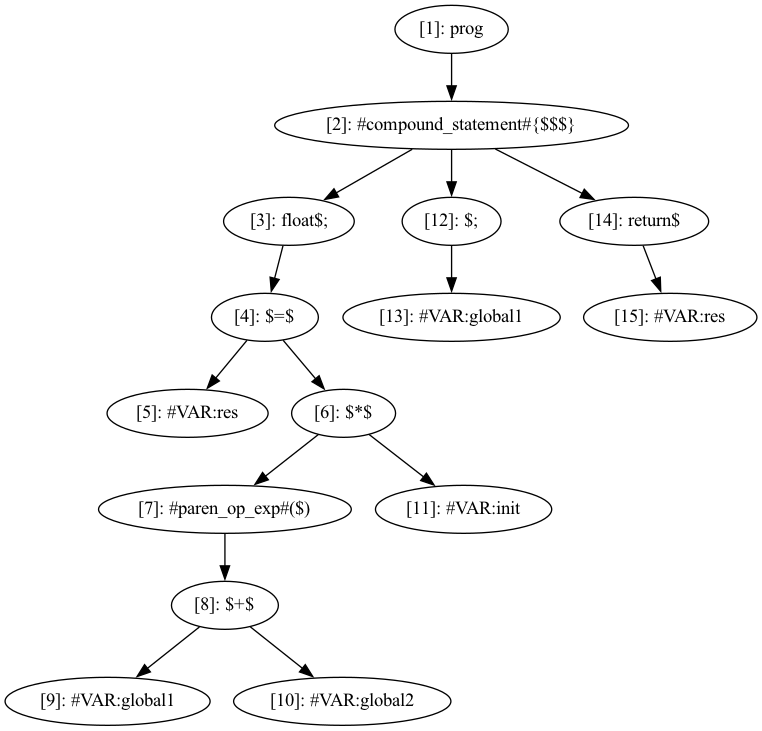
Before: cass.png, a diagram exported from Graphviz (deryaerman/DIA-System-DS-Plagiarism-Checker-GIT). Its source is kept beside it as cass.dot.
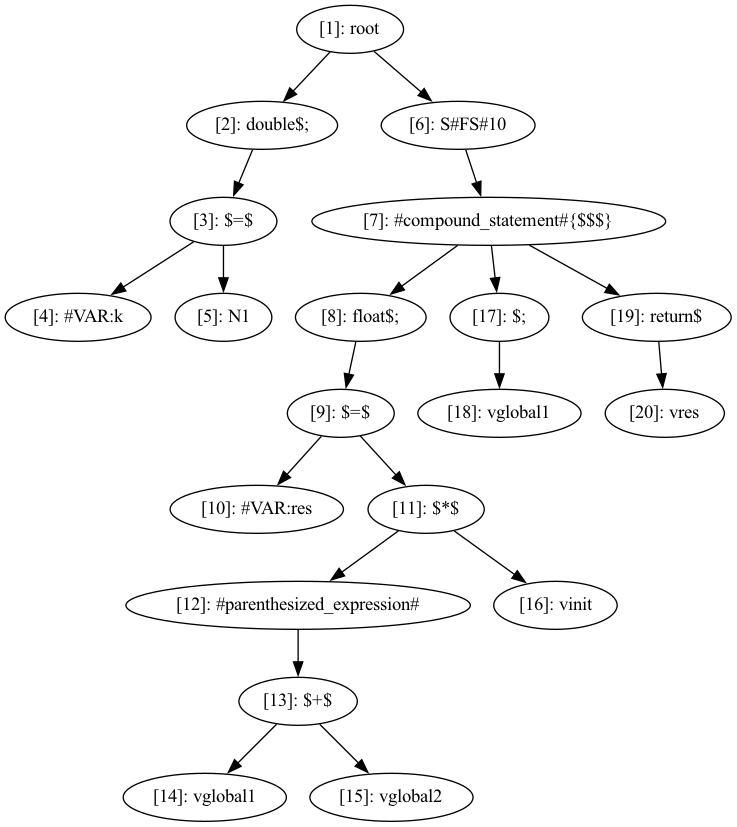
The same file after the commit.

The edit, as a diff of the source:
```diff
@@ -1,32 +1,42 @@
 digraph CASS {
   node [shape=ellipse];
-  n1 [label="[1]: prog"];
-  n2 [label="[2]: #compound_statement#{$$$}"];
-  n3 [label="[3]: float$;"];
-  n4 [label="[4]: $=$"];
-  n5 [label="[5]: #VAR:res"];
-  n6 [label="[6]: $*$"];
-  n7 [label="[7]: #paren_op_exp#($)"];
-  n8 [label="[8]: $+$"];
-  n9 [label="[9]: #VAR:global1"];
-  n10 [label="[10]: #VAR:global2"];
-  n11 [label="[11]: #VAR:init"];
-  n12 [label="[12]: $;"];
-  n13 [label="[13]: #VAR:global1"];
-  n14 [label="[14]: return$"];
-  n15 [label="[15]: #VAR:res"];
+  n1 [label="[1]: root"];
+  n2 [label="[2]: double$;"];
+  n3 [label="[3]: $=$"];
+  n4 [label="[4]: #VAR:k"];
+  n5 [label="[5]: N1"];
+  n6 [label="[6]: S#FS#10"];
+  n7 [label="[7]: #compound_statement#{$$$}"];
+  n8 [label="[8]: float$;"];
+  n9 [label="[9]: $=$"];
+  n10 [label="[10]: #VAR:res"];
+  n11 [label="[11]: $*$"];
+  n12 [label="[12]: #parenthesized_expression#"];
+  n13 [label="[13]: $+$"];
+  n14 [label="[14]: vglobal1"];
+  n15 [label="[15]: vglobal2"];
+  n16 [label="[16]: vinit"];
+  n17 [label="[17]: $;"];
+  n18 [label="[18]: vglobal1"];
+  n19 [label="[19]: return$"];
+  n20 [label="[20]: vres"];
   n1 -> n2;
   n2 -> n3;
   n3 -> n4;
-  n4 -> n5;
-  n4 -> n6;
+  n3 -> n5;
+  n1 -> n6;
   n6 -> n7;
   n7 -> n8;
   n8 -> n9;
-  n8 -> n10;
-  n6 -> n11;
-  n2 -> n12;
+  n9 -> n10;
+  n9 -> n11;
+  n11 -> n12;
   n12 -> n13;
-  n2 -> n14;
-  n14 -> n15;
+  n13 -> n14;
+  n13 -> n15;
+  n11 -> n16;
+  n7 -> n17;
+  n17 -> n18;
+  n7 -> n19;
+  n19 -> n20;
 }
```
